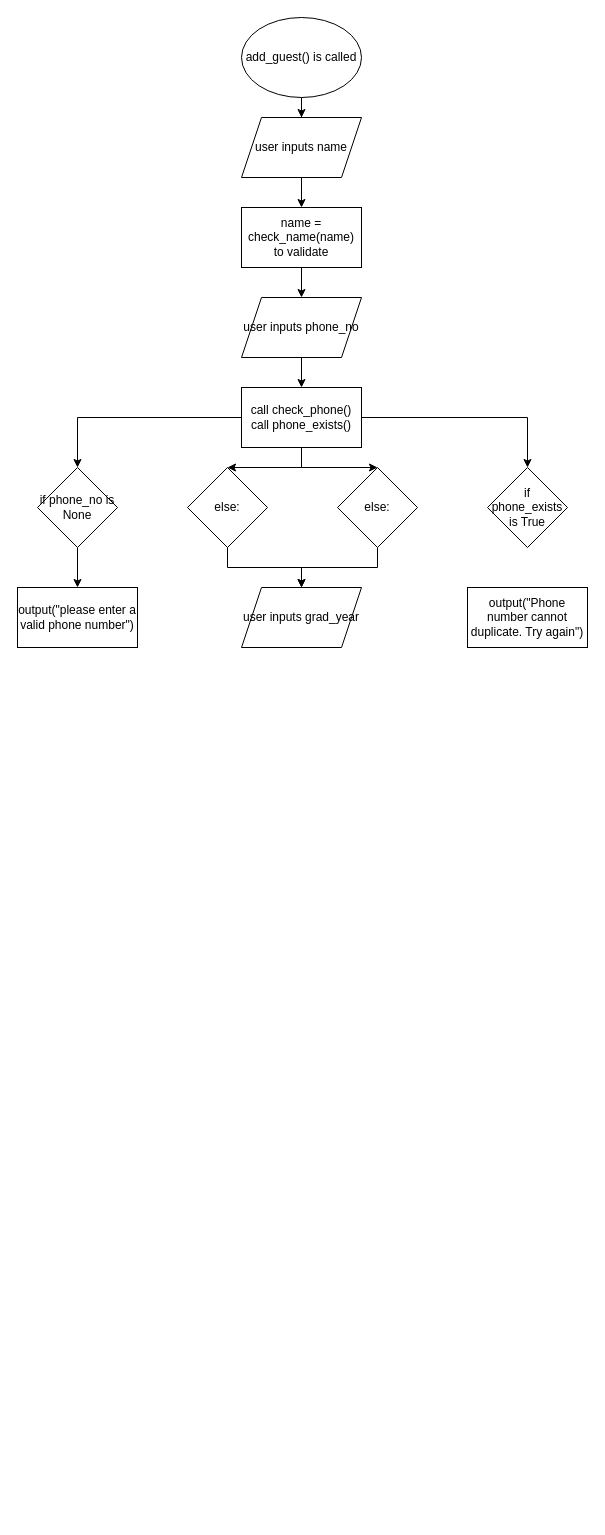
This is add_guest().drawio from whyamihere001/SBA, a draw.io file, before an edit. Source tidied: cells renumbered, new cells numbered last; positions are measured from the earlier drawing's top-left corner, leaving out a move shared by most shapes. Both pictures are drawn from the tidied source at 100%, with x=0, y=0 at pixel (17, 17).
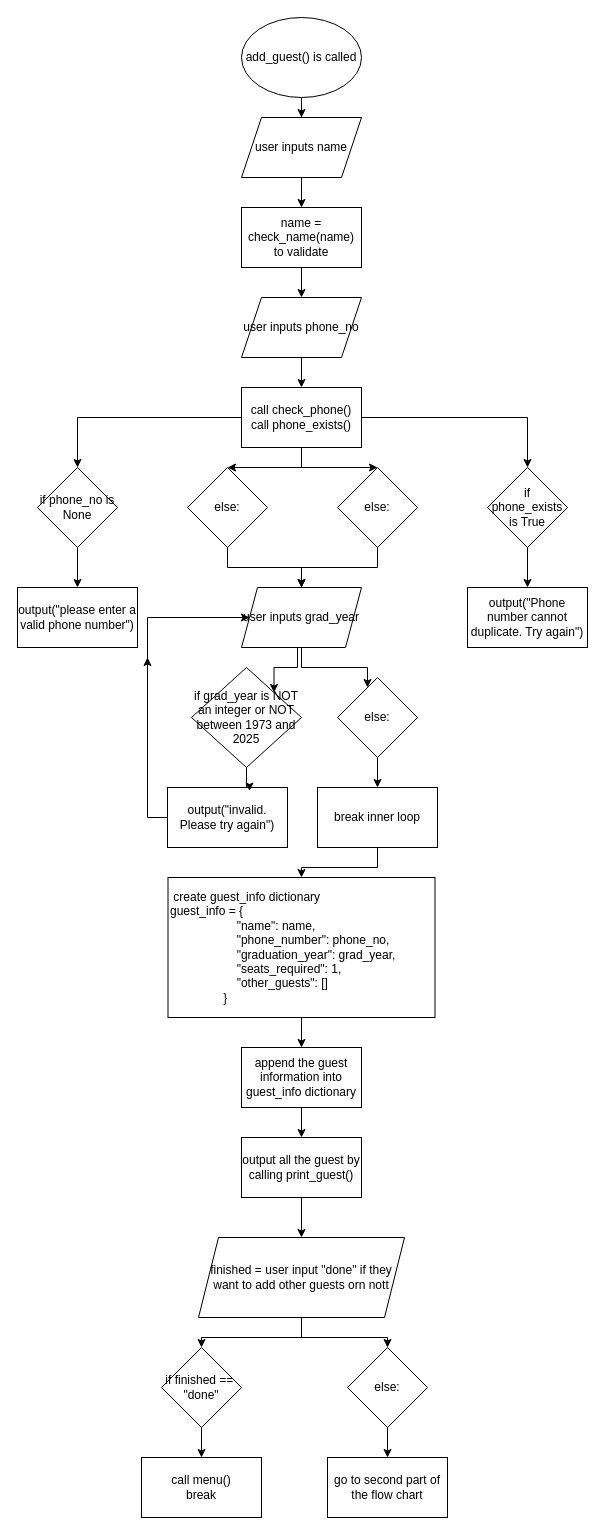
The same diagram, later.

Unchanged cells that the change refers to:
```xml
<mxCell id="17" value="if phone_exists is True" style="rhombus;whiteSpace=wrap;html=1;" parent="1" vertex="1">
  <mxGeometry x="470" y="450" width="80" height="80" as="geometry" />
</mxCell>
<mxCell id="19" value="output(&quot;Phone number cannot duplicate. Try again&quot;)" style="rounded=0;whiteSpace=wrap;html=1;" parent="1" vertex="1">
  <mxGeometry x="450" y="570" width="120" height="60" as="geometry" />
</mxCell>
```

Change to the diagram source:
```diff
@@
+    <mxCell id="25" style="edgeStyle=orthogonalEdgeStyle;rounded=0;jettySize=auto;html=1;" parent="1" edge="1" source="17" target="19">
+      <mxGeometry relative="1" as="geometry" />
+    </mxCell>
@@
+    <mxCell id="26" style="edgeStyle=orthogonalEdgeStyle;rounded=0;jettySize=auto;html=1;exitX=0;exitY=0.5;exitDx=0;exitDy=0;entryX=0;entryY=0.5;entryDx=0;entryDy=0;" parent="1" edge="1" target="24">
+      <mxGeometry relative="1" as="geometry">
+        <mxPoint x="130" y="720" as="sourcePoint" />
+        <Array as="points">
+          <mxPoint x="130" y="600" />
+        </Array>
+      </mxGeometry>
+    </mxCell>
+    <mxCell id="27" style="edgeStyle=orthogonalEdgeStyle;rounded=0;jettySize=auto;html=1;entryX=1;entryY=0;entryDx=0;entryDy=0;" parent="1" edge="1" source="24" target="29">
+      <mxGeometry relative="1" as="geometry">
+        <Array as="points">
+          <mxPoint x="280" y="650" />
+          <mxPoint x="257" y="650" />
+        </Array>
+      </mxGeometry>
+    </mxCell>
+    <mxCell id="28" style="edgeStyle=orthogonalEdgeStyle;rounded=0;jettySize=auto;html=1;exitX=0.5;exitY=1;exitDx=0;exitDy=0;" parent="1" edge="1" source="24" target="31">
+      <mxGeometry relative="1" as="geometry">
+        <Array as="points">
+          <mxPoint x="284" y="650" />
+          <mxPoint x="350" y="650" />
+        </Array>
+      </mxGeometry>
+    </mxCell>
-    <mxCell id="24" value="user inputs grad_year" style="shape=parallelogram;perimeter=parallelogramPerimeter;whiteSpace=wrap;html=1;fixedSize=1;" parent="1" vertex="1">
+    <mxCell id="24" value="user inputs grad_year" style="shape=parallelogram;perimeter=parallelogramPerimeter;whiteSpace=wrap;html=1;fixedSize=1;size=16;" parent="1" vertex="1">
       <mxGeometry x="224" y="570" width="120" height="60" as="geometry" />
     </mxCell>
+    <mxCell id="29" value="if grad_year is NOT an integer or NOT between 1973 and 2025" style="rhombus;whiteSpace=wrap;html=1;" parent="1" vertex="1">
+      <mxGeometry x="174" y="650" width="110" height="100" as="geometry" />
+    </mxCell>
+    <mxCell id="30" style="edgeStyle=orthogonalEdgeStyle;rounded=0;jettySize=auto;html=1;" parent="1" edge="1" source="31" target="35">
+      <mxGeometry relative="1" as="geometry" />
+    </mxCell>
+    <mxCell id="31" value="else:" style="rhombus;whiteSpace=wrap;html=1;" parent="1" vertex="1">
+      <mxGeometry x="320" y="660" width="80" height="80" as="geometry" />
+    </mxCell>
+    <mxCell id="32" style="edgeStyle=orthogonalEdgeStyle;rounded=0;jettySize=auto;html=1;" parent="1" edge="1" source="33">
+      <mxGeometry relative="1" as="geometry">
+        <mxPoint x="130" y="640" as="targetPoint" />
+      </mxGeometry>
+    </mxCell>
+    <mxCell id="33" value="output(&quot;invalid. Please try again&quot;)" style="rounded=0;whiteSpace=wrap;html=1;" parent="1" vertex="1">
+      <mxGeometry x="150" y="770" width="120" height="60" as="geometry" />
+    </mxCell>
+    <mxCell id="34" style="edgeStyle=orthogonalEdgeStyle;rounded=0;jettySize=auto;html=1;entryX=0.5;entryY=0;entryDx=0;entryDy=0;" parent="1" edge="1" source="35" target="38">
+      <mxGeometry relative="1" as="geometry" />
+    </mxCell>
+    <mxCell id="35" value="break inner loop" style="rounded=0;whiteSpace=wrap;html=1;" parent="1" vertex="1">
+      <mxGeometry x="300" y="770" width="120" height="60" as="geometry" />
+    </mxCell>
+    <mxCell id="36" style="edgeStyle=orthogonalEdgeStyle;rounded=0;jettySize=auto;html=1;entryX=0.683;entryY=0.058;entryDx=0;entryDy=0;entryPerimeter=0;" parent="1" edge="1" source="29" target="33">
+      <mxGeometry relative="1" as="geometry" />
+    </mxCell>
+    <mxCell id="37" style="edgeStyle=orthogonalEdgeStyle;rounded=0;jettySize=auto;html=1;" parent="1" edge="1" source="38" target="40">
+      <mxGeometry relative="1" as="geometry" />
+    </mxCell>
+    <mxCell id="38" value="&lt;div&gt;&amp;nbsp;create guest_info dictionary&amp;nbsp; &amp;nbsp; &amp;nbsp;&lt;/div&gt;&lt;div&gt;guest_info = {&lt;/div&gt;&lt;div&gt;&amp;nbsp; &amp;nbsp; &amp;nbsp; &amp;nbsp; &amp;nbsp; &amp;nbsp; &amp;nbsp; &amp;nbsp; &amp;nbsp; &amp;nbsp; &quot;name&quot;: name,&lt;/div&gt;&lt;div&gt;&amp;nbsp; &amp;nbsp; &amp;nbsp; &amp;nbsp; &amp;nbsp; &amp;nbsp; &amp;nbsp; &amp;nbsp; &amp;nbsp; &amp;nbsp; &quot;phone_number&quot;: phone_no,&lt;/div&gt;&lt;div&gt;&amp;nbsp; &amp;nbsp; &amp;nbsp; &amp;nbsp; &amp;nbsp; &amp;nbsp; &amp;nbsp; &amp;nbsp; &amp;nbsp; &amp;nbsp; &quot;graduation_year&quot;: grad_year,&lt;/div&gt;&lt;div&gt;&amp;nbsp; &amp;nbsp; &amp;nbsp; &amp;nbsp; &amp;nbsp; &amp;nbsp; &amp;nbsp; &amp;nbsp; &amp;nbsp; &amp;nbsp; &quot;seats_required&quot;: 1,&amp;nbsp;&amp;nbsp;&lt;/div&gt;&lt;div&gt;&amp;nbsp; &amp;nbsp; &amp;nbsp; &amp;nbsp; &amp;nbsp; &amp;nbsp; &amp;nbsp; &amp;nbsp; &amp;nbsp; &amp;nbsp; &quot;other_guests&quot;: []&lt;/div&gt;&lt;div&gt;&amp;nbsp; &amp;nbsp; &amp;nbsp; &amp;nbsp; &amp;nbsp; &amp;nbsp; &amp;nbsp; &amp;nbsp; }&lt;/div&gt;" style="rounded=0;whiteSpace=wrap;html=1;align=left;" parent="1" vertex="1">
+      <mxGeometry x="150.5" y="860" width="267" height="140" as="geometry" />
+    </mxCell>
+    <mxCell id="39" style="edgeStyle=orthogonalEdgeStyle;rounded=0;jettySize=auto;html=1;" parent="1" edge="1" source="40" target="42">
+      <mxGeometry relative="1" as="geometry" />
+    </mxCell>
+    <mxCell id="40" value="append the guest information into guest_info dictionary" style="rounded=0;whiteSpace=wrap;html=1;" parent="1" vertex="1">
+      <mxGeometry x="224" y="1030" width="120" height="60" as="geometry" />
+    </mxCell>
+    <mxCell id="41" style="edgeStyle=orthogonalEdgeStyle;rounded=0;jettySize=auto;html=1;" parent="1" edge="1" source="42" target="45">
+      <mxGeometry relative="1" as="geometry" />
+    </mxCell>
+    <mxCell id="42" value="output all the guest by calling print_guest()" style="rounded=0;whiteSpace=wrap;html=1;" parent="1" vertex="1">
+      <mxGeometry x="224" y="1120" width="120" height="60" as="geometry" />
+    </mxCell>
+    <mxCell id="43" style="edgeStyle=orthogonalEdgeStyle;rounded=0;jettySize=auto;html=1;" parent="1" edge="1" source="45" target="47">
+      <mxGeometry relative="1" as="geometry" />
+    </mxCell>
+    <mxCell id="44" style="edgeStyle=orthogonalEdgeStyle;rounded=0;jettySize=auto;html=1;" parent="1" edge="1" source="45" target="49">
+      <mxGeometry relative="1" as="geometry" />
+    </mxCell>
+    <mxCell id="45" value="finished = user input &quot;done&quot; if they want to add other guests orn nott" style="shape=parallelogram;perimeter=parallelogramPerimeter;whiteSpace=wrap;html=1;fixedSize=1;" parent="1" vertex="1">
+      <mxGeometry x="181" y="1220" width="206" height="80" as="geometry" />
+    </mxCell>
+    <mxCell id="46" style="edgeStyle=orthogonalEdgeStyle;rounded=0;jettySize=auto;html=1;" parent="1" edge="1" source="47" target="50">
+      <mxGeometry relative="1" as="geometry" />
+    </mxCell>
+    <mxCell id="47" value="if finished ==&amp;nbsp; &quot;done&quot;" style="rhombus;whiteSpace=wrap;html=1;" parent="1" vertex="1">
+      <mxGeometry x="144" y="1330" width="80" height="80" as="geometry" />
+    </mxCell>
+    <mxCell id="48" style="edgeStyle=orthogonalEdgeStyle;rounded=0;jettySize=auto;html=1;" parent="1" edge="1" source="49" target="51">
+      <mxGeometry relative="1" as="geometry" />
+    </mxCell>
+    <mxCell id="49" value="else:" style="rhombus;whiteSpace=wrap;html=1;" parent="1" vertex="1">
+      <mxGeometry x="330" y="1330" width="80" height="80" as="geometry" />
+    </mxCell>
+    <mxCell id="50" value="call menu()&lt;div&gt;break&lt;/div&gt;" style="rounded=0;whiteSpace=wrap;html=1;" parent="1" vertex="1">
+      <mxGeometry x="124" y="1440" width="120" height="60" as="geometry" />
+    </mxCell>
+    <mxCell id="51" value="go to second part of the flow chart" style="rounded=0;whiteSpace=wrap;html=1;" parent="1" vertex="1">
+      <mxGeometry x="310" y="1440" width="120" height="60" as="geometry" />
+    </mxCell>
```
